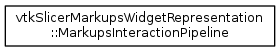
The Graphviz diagram master/inherit_graph_163.png in jamesobutler/apidocs.slicer.org, before a commit. Its source is kept beside it as master/inherit_graph_163.dot.
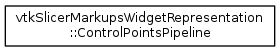
The same diagram one commit later.

The edit, as a diff of the source:
```diff
@@ -4,5 +4,5 @@
   edge [fontname="Helvetica",fontsize="10",labelfontname="Helvetica",labelfontsize="10"];
   node [fontname="Helvetica",fontsize="10",shape=record];
   rankdir="LR";
-  Node0 [label="vtkSlicerMarkupsWidgetRepresentation\l::MarkupsInteractionPipeline",height=0.2,width=0.4,color="black",URL="$classvtkSlicerMarkupsWidgetRepresentation_1_1MarkupsInteractionPipeline.html"];
+  Node0 [label="vtkSlicerMarkupsWidgetRepresentation\l::ControlPointsPipeline",height=0.2,width=0.4,color="black",URL="$classvtkSlicerMarkupsWidgetRepresentation_1_1ControlPointsPipeline.html"];
 }
```
